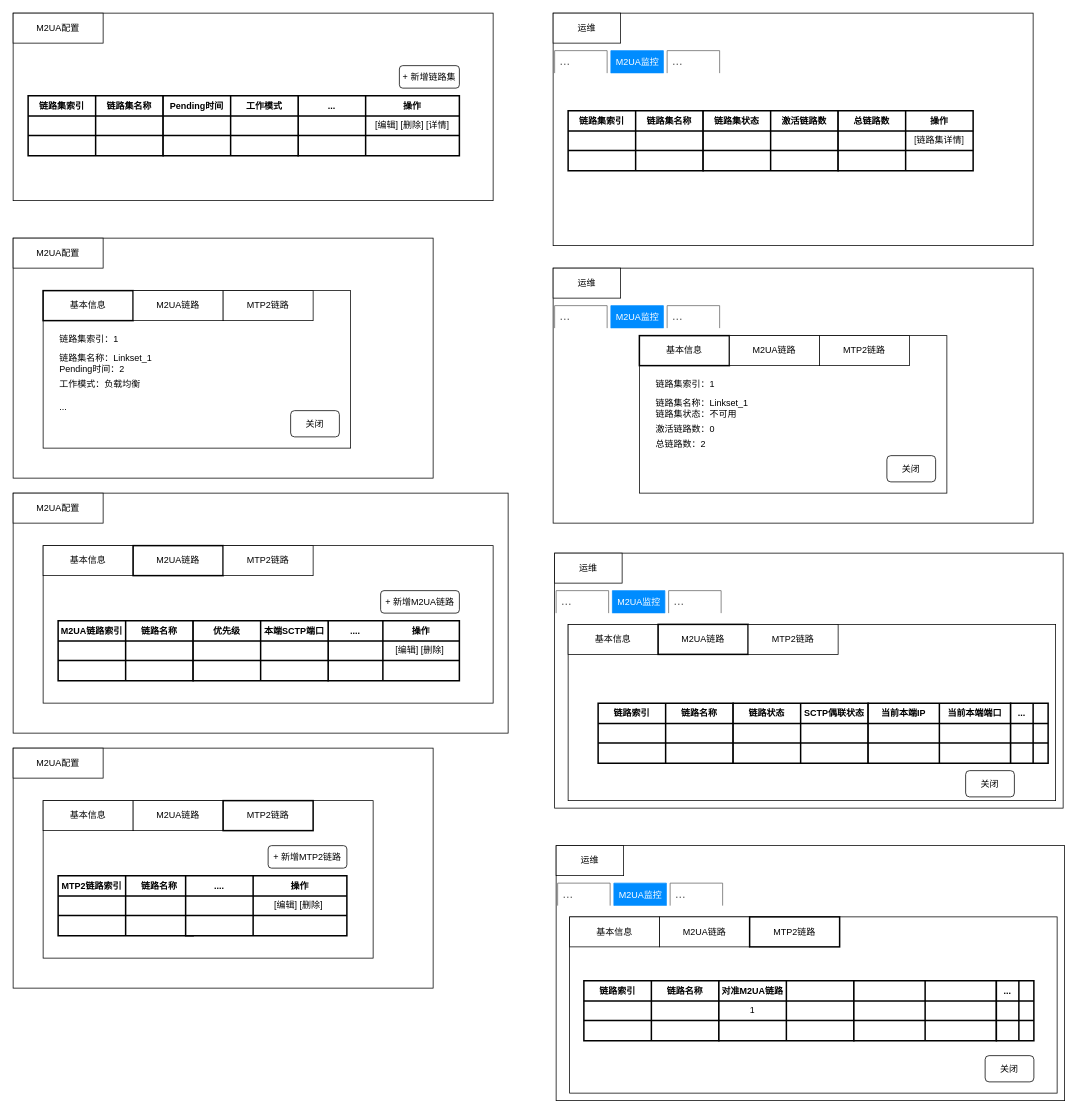
Earlier version of the draw.io diagram m2ua.drawio (waterwatermelon/graph). Source tidied: cells renumbered, new cells numbered last; positions are measured from the earlier drawing's top-left corner, leaving out a move shared by most shapes. Both pictures are drawn from the tidied source at 75%, with x=0, y=0 at pixel (13, 13).
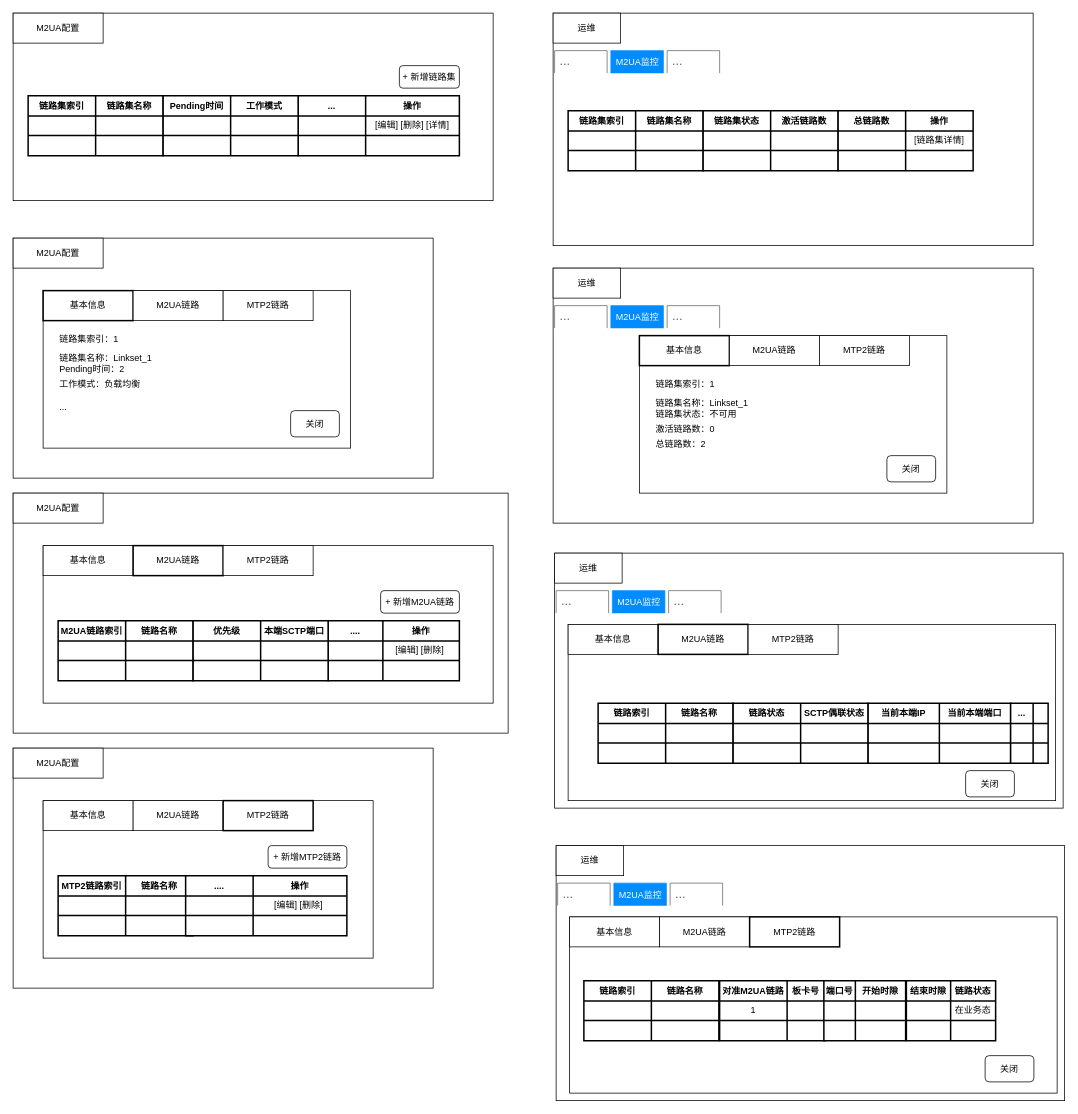
Above is the later version.

Diff of the diagram source:
```diff
@@
     <mxCell id="231" style="shape=table;html=1;whiteSpace=wrap;startSize=0;childLayout=tableLayout;strokeWidth=2;" parent="1" vertex="1">
-      <mxGeometry x="941" y="1290" width="180" height="80" as="geometry" />
+      <mxGeometry x="942" y="1290" width="140" height="80" as="geometry" />
     </mxCell>
     <mxCell id="232" style="shape=tableRow;horizontal=0;startSize=0;swimlaneHead=0;swimlaneBody=0;top=0;left=0;bottom=0;right=0;fillColor=none;" parent="231" vertex="1">
-      <mxGeometry width="180" height="27" as="geometry" />
+      <mxGeometry width="140" height="27" as="geometry" />
     </mxCell>
@@
-    <mxCell id="234" style="shape=partialRectangle;html=1;whiteSpace=wrap;fillColor=none;top=0;left=0;bottom=0;right=0;overflow=hidden;fontStyle=1;" parent="232" vertex="1">
-      <mxGeometry x="90" width="90" height="27" as="geometry" />
+    <mxCell id="234" value="板卡号" style="shape=partialRectangle;html=1;whiteSpace=wrap;fillColor=none;top=0;left=0;bottom=0;right=0;overflow=hidden;fontStyle=1;" parent="232" vertex="1">
+      <mxGeometry x="90" width="50" height="27" as="geometry" />
     </mxCell>
     <mxCell id="235" style="shape=tableRow;horizontal=0;startSize=0;swimlaneHead=0;swimlaneBody=0;top=0;left=0;bottom=0;right=0;fillColor=none;" parent="231" vertex="1">
-      <mxGeometry y="27" width="180" height="26" as="geometry" />
+      <mxGeometry y="27" width="140" height="26" as="geometry" />
     </mxCell>
@@
     <mxCell id="237" style="shape=partialRectangle;html=1;whiteSpace=wrap;fillColor=none;top=0;left=0;bottom=0;right=0;overflow=hidden;" parent="235" vertex="1">
-      <mxGeometry x="90" width="90" height="26" as="geometry" />
+      <mxGeometry x="90" width="50" height="26" as="geometry" />
     </mxCell>
     <mxCell id="238" style="shape=tableRow;horizontal=0;startSize=0;swimlaneHead=0;swimlaneBody=0;top=0;left=0;bottom=0;right=0;fillColor=none;" parent="231" vertex="1">
-      <mxGeometry y="53" width="180" height="27" as="geometry" />
+      <mxGeometry y="53" width="140" height="27" as="geometry" />
     </mxCell>
@@
     <mxCell id="240" style="shape=partialRectangle;html=1;whiteSpace=wrap;fillColor=none;top=0;left=0;bottom=0;right=0;overflow=hidden;" parent="238" vertex="1">
-      <mxGeometry x="90" width="90" height="27" as="geometry" />
+      <mxGeometry x="90" width="50" height="27" as="geometry" />
     </mxCell>
     <mxCell id="241" style="shape=table;html=1;whiteSpace=wrap;startSize=0;childLayout=tableLayout;strokeWidth=2;" parent="1" vertex="1">
-      <mxGeometry x="1121" y="1290" width="190" height="80" as="geometry" />
+      <mxGeometry x="1081" y="1290" width="109" height="80" as="geometry" />
     </mxCell>
     <mxCell id="242" style="shape=tableRow;horizontal=0;startSize=0;swimlaneHead=0;swimlaneBody=0;top=0;left=0;bottom=0;right=0;fillColor=none;" parent="241" vertex="1">
-      <mxGeometry width="190" height="27" as="geometry" />
+      <mxGeometry width="109" height="27" as="geometry" />
     </mxCell>
-    <mxCell id="243" style="shape=partialRectangle;html=1;whiteSpace=wrap;fillColor=none;top=0;left=0;bottom=0;right=0;overflow=hidden;fontStyle=1;" parent="242" vertex="1">
-      <mxGeometry width="95" height="27" as="geometry" />
+    <mxCell id="243" value="端口号" style="shape=partialRectangle;html=1;whiteSpace=wrap;fillColor=none;top=0;left=0;bottom=0;right=0;overflow=hidden;fontStyle=1;" parent="242" vertex="1">
+      <mxGeometry width="42" height="27" as="geometry" />
     </mxCell>
-    <mxCell id="244" style="shape=partialRectangle;html=1;whiteSpace=wrap;fillColor=none;top=0;left=0;bottom=0;right=0;overflow=hidden;fontStyle=1;" parent="242" vertex="1">
-      <mxGeometry x="95" width="95" height="27" as="geometry" />
+    <mxCell id="244" value="开始时隙" style="shape=partialRectangle;html=1;whiteSpace=wrap;fillColor=none;top=0;left=0;bottom=0;right=0;overflow=hidden;fontStyle=1;" parent="242" vertex="1">
+      <mxGeometry x="42" width="67" height="27" as="geometry" />
     </mxCell>
     <mxCell id="245" style="shape=tableRow;horizontal=0;startSize=0;swimlaneHead=0;swimlaneBody=0;top=0;left=0;bottom=0;right=0;fillColor=none;" parent="241" vertex="1">
-      <mxGeometry y="27" width="190" height="26" as="geometry" />
+      <mxGeometry y="27" width="109" height="26" as="geometry" />
     </mxCell>
     <mxCell id="246" style="shape=partialRectangle;html=1;whiteSpace=wrap;fillColor=none;top=0;left=0;bottom=0;right=0;overflow=hidden;" parent="245" vertex="1">
-      <mxGeometry width="95" height="26" as="geometry" />
+      <mxGeometry width="42" height="26" as="geometry" />
     </mxCell>
     <mxCell id="247" style="shape=partialRectangle;html=1;whiteSpace=wrap;fillColor=none;top=0;left=0;bottom=0;right=0;overflow=hidden;" parent="245" vertex="1">
-      <mxGeometry x="95" width="95" height="26" as="geometry" />
+      <mxGeometry x="42" width="67" height="26" as="geometry" />
     </mxCell>
     <mxCell id="248" style="shape=tableRow;horizontal=0;startSize=0;swimlaneHead=0;swimlaneBody=0;top=0;left=0;bottom=0;right=0;fillColor=none;" parent="241" vertex="1">
-      <mxGeometry y="53" width="190" height="27" as="geometry" />
+      <mxGeometry y="53" width="109" height="27" as="geometry" />
     </mxCell>
     <mxCell id="249" style="shape=partialRectangle;html=1;whiteSpace=wrap;fillColor=none;top=0;left=0;bottom=0;right=0;overflow=hidden;" parent="248" vertex="1">
-      <mxGeometry width="95" height="27" as="geometry" />
+      <mxGeometry width="42" height="27" as="geometry" />
     </mxCell>
     <mxCell id="250" style="shape=partialRectangle;html=1;whiteSpace=wrap;fillColor=none;top=0;left=0;bottom=0;right=0;overflow=hidden;" parent="248" vertex="1">
-      <mxGeometry x="95" width="95" height="27" as="geometry" />
+      <mxGeometry x="42" width="67" height="27" as="geometry" />
     </mxCell>
     <mxCell id="251" style="shape=table;html=1;whiteSpace=wrap;startSize=0;childLayout=tableLayout;strokeWidth=2;" parent="1" vertex="1">
-      <mxGeometry x="1311" y="1290" width="50" height="80" as="geometry" />
+      <mxGeometry x="1191" y="1290" width="119" height="80" as="geometry" />
     </mxCell>
     <mxCell id="252" style="shape=tableRow;horizontal=0;startSize=0;swimlaneHead=0;swimlaneBody=0;top=0;left=0;bottom=0;right=0;fillColor=none;" parent="251" vertex="1">
-      <mxGeometry width="50" height="27" as="geometry" />
+      <mxGeometry width="119" height="27" as="geometry" />
     </mxCell>
-    <mxCell id="253" value="..." style="shape=partialRectangle;html=1;whiteSpace=wrap;fillColor=none;top=0;left=0;bottom=0;right=0;overflow=hidden;fontStyle=1;" parent="252" vertex="1">
-      <mxGeometry width="30" height="27" as="geometry" />
+    <mxCell id="253" value="结束时隙" style="shape=partialRectangle;html=1;whiteSpace=wrap;fillColor=none;top=0;left=0;bottom=0;right=0;overflow=hidden;fontStyle=1;" parent="252" vertex="1">
+      <mxGeometry width="59" height="27" as="geometry" />
     </mxCell>
-    <mxCell id="254" style="shape=partialRectangle;html=1;whiteSpace=wrap;fillColor=none;top=0;left=0;bottom=0;right=0;overflow=hidden;fontStyle=1;" parent="252" vertex="1">
-      <mxGeometry x="30" width="20" height="27" as="geometry" />
+    <mxCell id="254" value="链路状态" style="shape=partialRectangle;html=1;whiteSpace=wrap;fillColor=none;top=0;left=0;bottom=0;right=0;overflow=hidden;fontStyle=1;" parent="252" vertex="1">
+      <mxGeometry x="59" width="60" height="27" as="geometry" />
     </mxCell>
     <mxCell id="255" style="shape=tableRow;horizontal=0;startSize=0;swimlaneHead=0;swimlaneBody=0;top=0;left=0;bottom=0;right=0;fillColor=none;" parent="251" vertex="1">
-      <mxGeometry y="27" width="50" height="26" as="geometry" />
+      <mxGeometry y="27" width="119" height="26" as="geometry" />
     </mxCell>
     <mxCell id="256" style="shape=partialRectangle;html=1;whiteSpace=wrap;fillColor=none;top=0;left=0;bottom=0;right=0;overflow=hidden;" parent="255" vertex="1">
-      <mxGeometry width="30" height="26" as="geometry" />
+      <mxGeometry width="59" height="26" as="geometry" />
     </mxCell>
-    <mxCell id="257" style="shape=partialRectangle;html=1;whiteSpace=wrap;fillColor=none;top=0;left=0;bottom=0;right=0;overflow=hidden;" parent="255" vertex="1">
-      <mxGeometry x="30" width="20" height="26" as="geometry" />
+    <mxCell id="257" value="在业务态" style="shape=partialRectangle;html=1;whiteSpace=wrap;fillColor=none;top=0;left=0;bottom=0;right=0;overflow=hidden;" parent="255" vertex="1">
+      <mxGeometry x="59" width="60" height="26" as="geometry" />
     </mxCell>
     <mxCell id="258" style="shape=tableRow;horizontal=0;startSize=0;swimlaneHead=0;swimlaneBody=0;top=0;left=0;bottom=0;right=0;fillColor=none;" parent="251" vertex="1">
-      <mxGeometry y="53" width="50" height="27" as="geometry" />
+      <mxGeometry y="53" width="119" height="27" as="geometry" />
     </mxCell>
     <mxCell id="259" style="shape=partialRectangle;html=1;whiteSpace=wrap;fillColor=none;top=0;left=0;bottom=0;right=0;overflow=hidden;" parent="258" vertex="1">
-      <mxGeometry width="30" height="27" as="geometry" />
+      <mxGeometry width="59" height="27" as="geometry" />
     </mxCell>
     <mxCell id="260" style="shape=partialRectangle;html=1;whiteSpace=wrap;fillColor=none;top=0;left=0;bottom=0;right=0;overflow=hidden;" parent="258" vertex="1">
-      <mxGeometry x="30" width="20" height="27" as="geometry" />
+      <mxGeometry x="59" width="60" height="27" as="geometry" />
     </mxCell>
```
